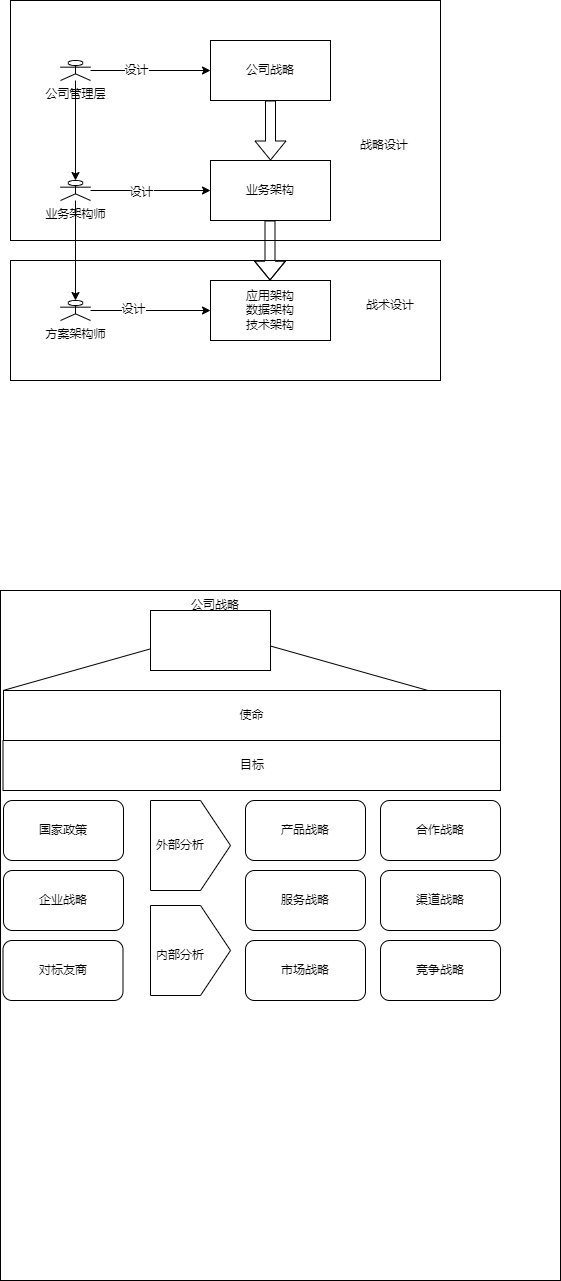
The draw.io diagram doc/business_architect.png in suibianlx/business_architect, before a commit. Source tidied: cells renumbered, new cells last; positions are measured from the earlier drawing's top-left corner, leaving out a move shared by most shapes.
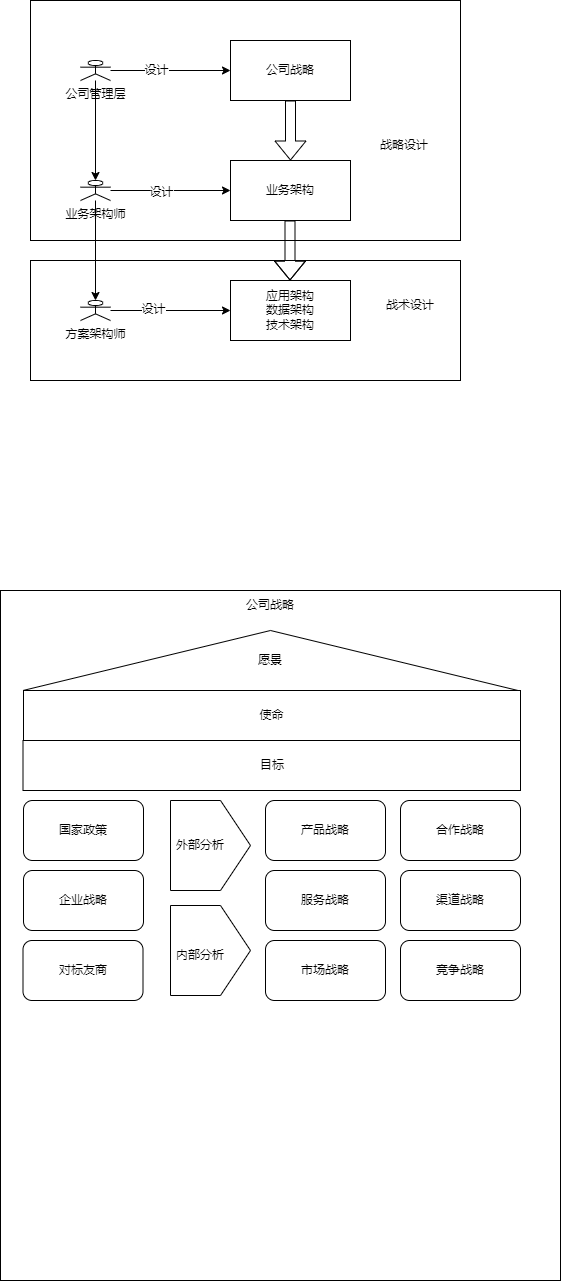
After the commit.

Change to the diagram source:
```diff
@@ -69,16 +69,16 @@
       <mxGeometry x="360" y="290" width="60" height="30" as="geometry" />
     </mxCell>
     <mxCell id="22" style="rounded=0;whiteSpace=wrap;html=1;" parent="1" vertex="1">
-      <mxGeometry y="590" width="560" height="690" as="geometry" />
+      <mxGeometry x="-20" y="590" width="560" height="690" as="geometry" />
     </mxCell>
     <mxCell id="23" style="triangle;whiteSpace=wrap;html=1;direction=south;rotation=-180;" parent="1" vertex="1">
-      <mxGeometry x="2.5" y="630" width="425" height="60" as="geometry" />
+      <mxGeometry x="2.5" y="630" width="495" height="60" as="geometry" />
     </mxCell>
     <mxCell id="24" value="公司战略" style="text;html=1;strokeColor=none;fillColor=none;align=center;verticalAlign=middle;whiteSpace=wrap;rounded=0;" parent="1" vertex="1">
-      <mxGeometry x="185" y="590" width="60" height="30" as="geometry" />
+      <mxGeometry x="220" y="590" width="60" height="30" as="geometry" />
     </mxCell>
     <mxCell id="25" value="愿景" style="text;html=1;strokeColor=none;fillColor=none;align=center;verticalAlign=middle;whiteSpace=wrap;rounded=0;" parent="1" vertex="1">
-      <mxGeometry x="185" y="650" width="60" height="30" as="geometry" />
+      <mxGeometry x="220" y="645" width="60" height="30" as="geometry" />
     </mxCell>
     <mxCell id="26" value="使命" style="rounded=0;whiteSpace=wrap;html=1;" parent="1" vertex="1">
       <mxGeometry x="3" y="690" width="497" height="50" as="geometry" />
@@ -86,9 +86,6 @@
     <mxCell id="27" value="目标" style="rounded=0;whiteSpace=wrap;html=1;" parent="1" vertex="1">
       <mxGeometry x="2.5" y="740" width="497.5" height="50" as="geometry" />
     </mxCell>
-    <mxCell id="28" style="rounded=0;whiteSpace=wrap;html=1;" parent="1" vertex="1">
-      <mxGeometry x="150" y="610" width="120" height="60" as="geometry" />
-    </mxCell>
     <mxCell id="29" value="国家政策" style="rounded=1;whiteSpace=wrap;html=1;" parent="1" vertex="1">
       <mxGeometry x="3" y="800" width="120" height="60" as="geometry" />
     </mxCell>
```
